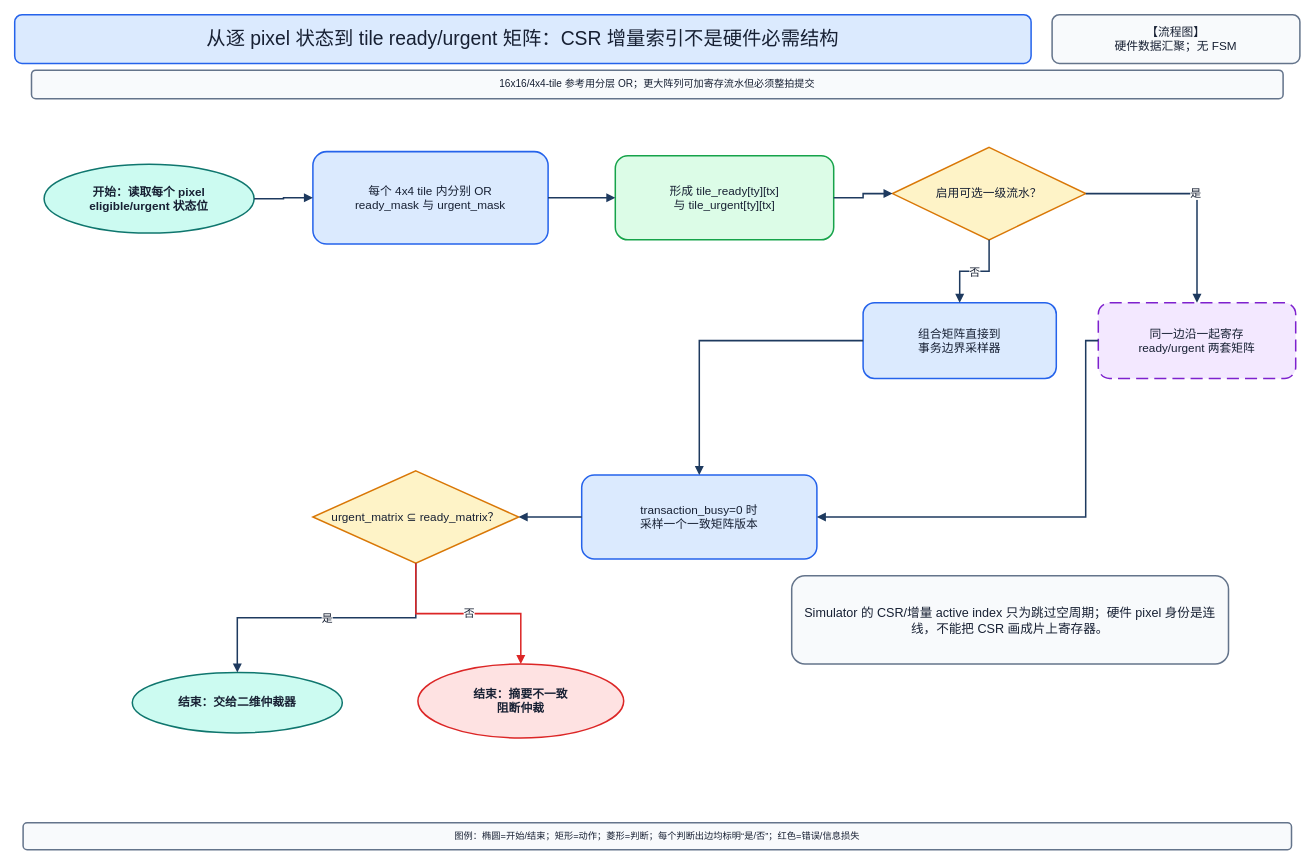
Above: page "10_Tile活动摘要OR树" (10 of 31) of PFM_AER_v6_核心纯流程图与状态机_0721_v3.drawio in qcm0224/SimpleLatexVisualize (draw.io), before the change. Source tidied: cells renumbered, new cells numbered last; positions are measured from the earlier drawing's top-left corner, leaving out a move shared by most shapes. Both pictures are drawn from the tidied source at 84%, with x=0, y=0 at pixel (14, 14).
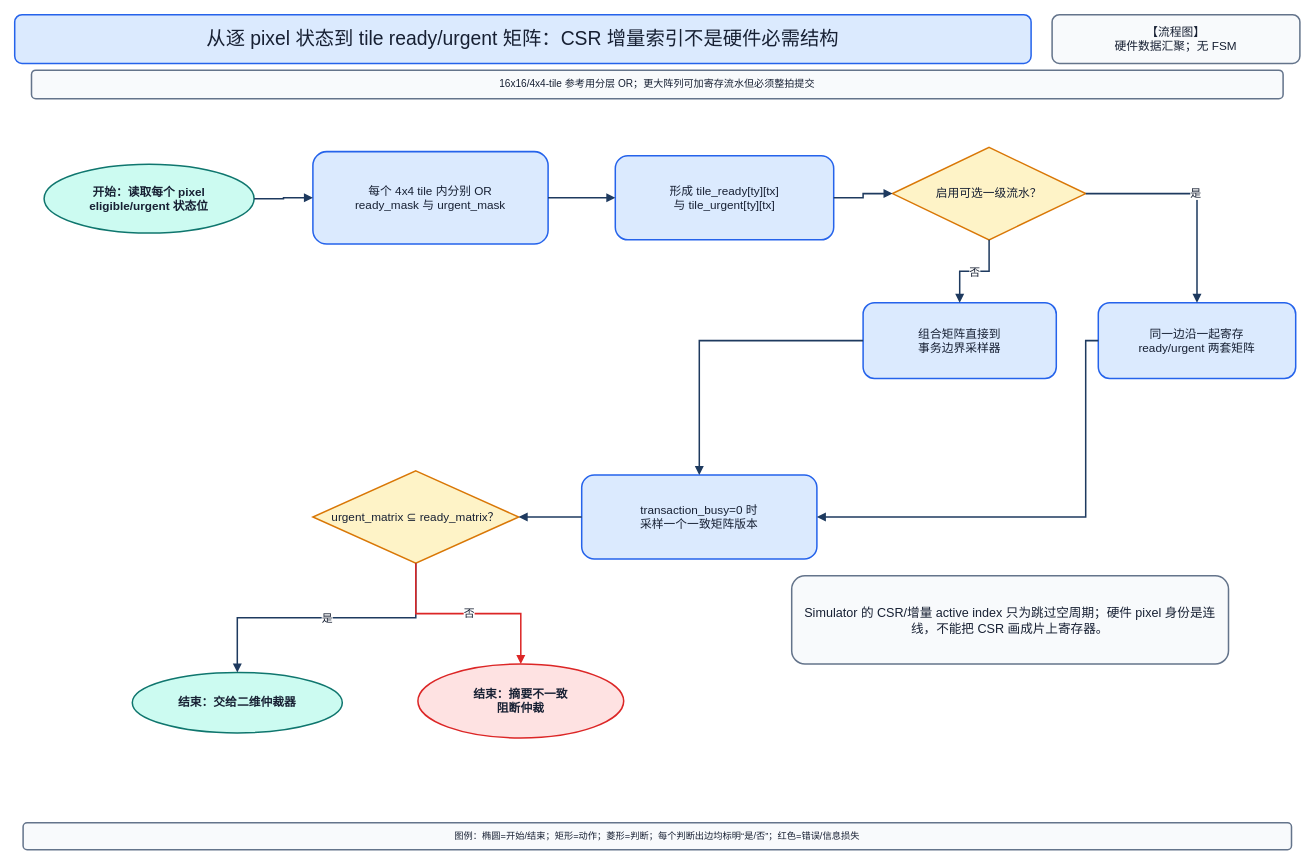
After the change.

Diff of the diagram source:
```diff
@@
-    <mxCell id="7" value="形成 tile_ready[ty][tx]&lt;br&gt;与 tile_urgent[ty][tx]" style="whiteSpace=wrap;html=1;fillColor=#DCFCE7;strokeColor=#16A34A;fontColor=#172033;fontSize=14;fontFamily=Arial;align=center;verticalAlign=middle;spacing=6;strokeWidth=1.8;rounded=1;" parent="1" vertex="1">
+    <mxCell id="7" value="形成 tile_ready[ty][tx]&lt;br&gt;与 tile_urgent[ty][tx]" style="whiteSpace=wrap;html=1;fillColor=#DBEAFE;strokeColor=#2563EB;fontColor=#172033;fontSize=14;fontFamily=Arial;align=center;verticalAlign=middle;spacing=6;strokeWidth=1.8;rounded=1;" parent="1" vertex="1">
       <mxGeometry x="715" y="168" width="260" height="100" as="geometry" />
     </mxCell>
@@
-    <mxCell id="9" value="同一边沿一起寄存&lt;br&gt;ready/urgent 两套矩阵" style="whiteSpace=wrap;html=1;fillColor=#F3E8FF;strokeColor=#7E22CE;fontColor=#172033;fontSize=14;fontFamily=Arial;align=center;verticalAlign=middle;spacing=6;strokeWidth=1.8;rounded=1;dashed=1;dashPattern=8 4;" parent="1" vertex="1">
+    <mxCell id="9" value="同一边沿一起寄存&lt;br&gt;ready/urgent 两套矩阵" style="whiteSpace=wrap;html=1;fillColor=#DBEAFE;strokeColor=#2563EB;fontColor=#172033;fontSize=14;fontFamily=Arial;align=center;verticalAlign=middle;spacing=6;strokeWidth=1.8;rounded=1;" parent="1" vertex="1">
       <mxGeometry x="1290" y="343" width="235" height="90" as="geometry" />
     </mxCell>
```
